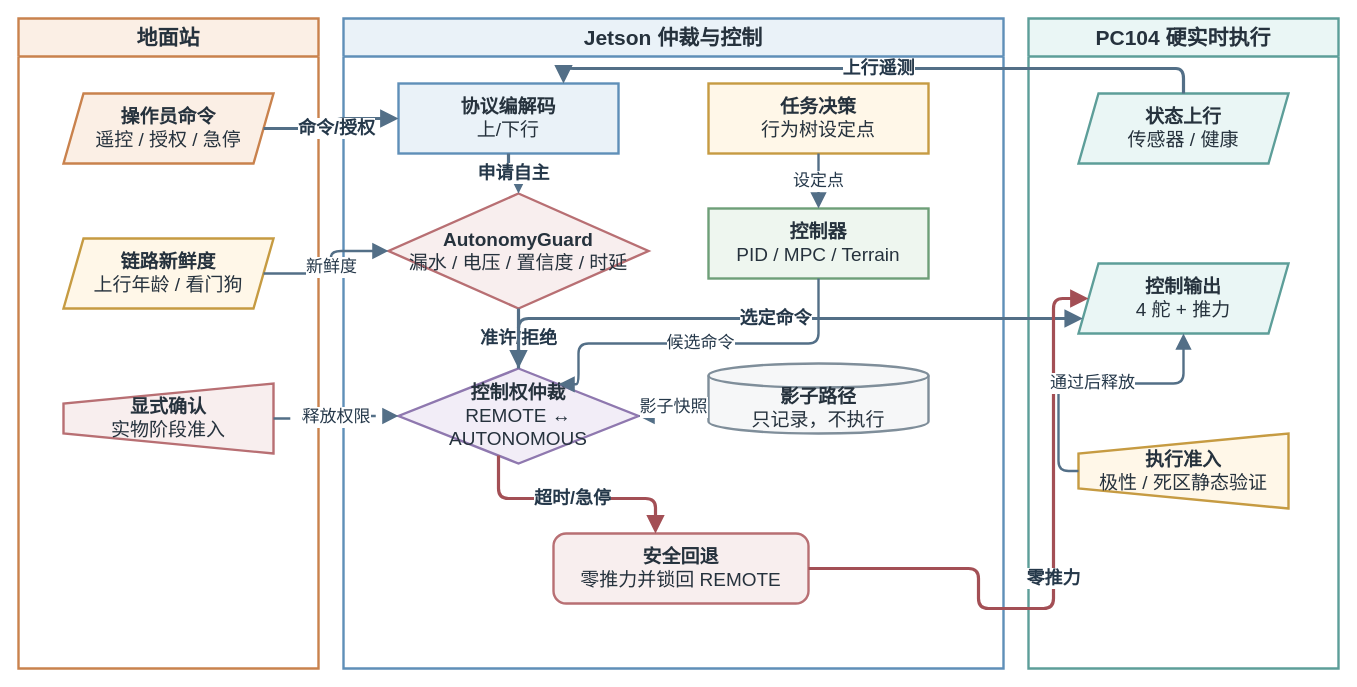
360ZMEM/AUV-Master-Mag keeps this draw.io diagram as thesis/figures/architecture/auv_safety_arbiter_deployment.drawio. Above is the earlier version. Source tidied: cells renumbered, new cells numbered last; positions are measured from the earlier drawing's top-left corner, leaving out a move shared by most shapes. Both pictures are drawn from the tidied source at 100%, with x=0, y=0 at pixel (18, 18).
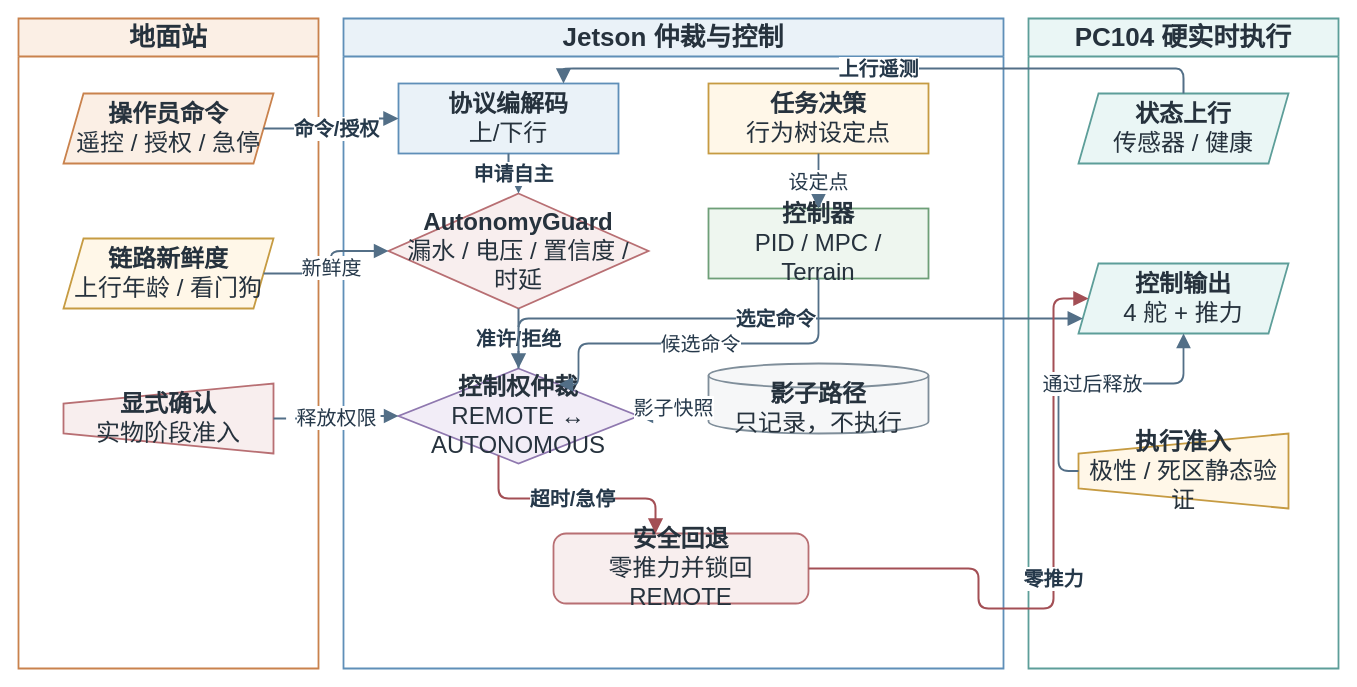
Above is the later version.

Diff of the diagram source:
```diff
@@
-    <mxCell id="2" value="地面站" style="swimlane;whiteSpace=wrap;html=1;startSize=38;rounded=0;fillColor=#FBEFE5;strokeColor=#C9824D;strokeWidth=2.4;fontFamily=Songti SC;fontSize=21;fontStyle=1;fontColor=#26323D;" parent="1" vertex="1">
+    <mxCell id="2" value="地面站" style="swimlane;whiteSpace=wrap;html=1;startSize=38;rounded=0;fillColor=#FBEFE5;strokeColor=#C9824D;strokeWidth=1.8;fontFamily=Songti SC;fontSize=26;fontStyle=1;fontColor=#26323D;" parent="1" vertex="1">
       <mxGeometry width="300" height="650" as="geometry" />
     </mxCell>
-    <mxCell id="3" value="Jetson 仲裁与控制" style="swimlane;whiteSpace=wrap;html=1;startSize=38;rounded=0;fillColor=#EAF2F8;strokeColor=#5F8FB8;strokeWidth=2.4;fontFamily=Songti SC;fontSize=21;fontStyle=1;fontColor=#26323D;" parent="1" vertex="1">
+    <mxCell id="3" value="Jetson 仲裁与控制" style="swimlane;whiteSpace=wrap;html=1;startSize=38;rounded=0;fillColor=#EAF2F8;strokeColor=#5F8FB8;strokeWidth=1.8;fontFamily=Songti SC;fontSize=26;fontStyle=1;fontColor=#26323D;" parent="1" vertex="1">
       <mxGeometry x="325" width="660" height="650" as="geometry" />
     </mxCell>
-    <mxCell id="4" value="PC104 硬实时执行" style="swimlane;whiteSpace=wrap;html=1;startSize=38;rounded=0;fillColor=#EAF6F5;strokeColor=#5D9E99;strokeWidth=2.4;fontFamily=Songti SC;fontSize=21;fontStyle=1;fontColor=#26323D;" parent="1" vertex="1">
+    <mxCell id="4" value="PC104 硬实时执行" style="swimlane;whiteSpace=wrap;html=1;startSize=38;rounded=0;fillColor=#EAF6F5;strokeColor=#5D9E99;strokeWidth=1.8;fontFamily=Songti SC;fontSize=26;fontStyle=1;fontColor=#26323D;" parent="1" vertex="1">
       <mxGeometry x="1010" width="310" height="650" as="geometry" />
     </mxCell>
-    <mxCell id="5" value="&lt;b&gt;操作员命令&lt;/b&gt;&lt;br&gt;遥控 / 授权 / 急停" style="shape=parallelogram;perimeter=parallelogramPerimeter;fixedSize=1;whiteSpace=wrap;html=1;align=center;verticalAlign=middle;fillColor=#FBEFE5;strokeColor=#C9824D;strokeWidth=2.4;spacing=8;fontFamily=Songti SC;fontSize=19;fontColor=#26323D;" parent="2" vertex="1">
+    <mxCell id="5" value="&lt;b&gt;操作员命令&lt;/b&gt;&lt;br&gt;遥控 / 授权 / 急停" style="shape=parallelogram;perimeter=parallelogramPerimeter;fixedSize=1;whiteSpace=wrap;html=1;align=center;verticalAlign=middle;fillColor=#FBEFE5;strokeColor=#C9824D;strokeWidth=1.8;spacing=8;fontFamily=Songti SC;fontSize=24;fontColor=#26323D;" parent="2" vertex="1">
       <mxGeometry x="45" y="75" width="210" height="70" as="geometry" />
     </mxCell>
-    <mxCell id="6" value="&lt;b&gt;链路新鲜度&lt;/b&gt;&lt;br&gt;上行年龄 / 看门狗" style="shape=parallelogram;perimeter=parallelogramPerimeter;fixedSize=1;whiteSpace=wrap;html=1;align=center;verticalAlign=middle;fillColor=#FFF7E8;strokeColor=#C69B42;strokeWidth=2.4;spacing=8;fontFamily=Songti SC;fontSize=19;fontColor=#26323D;" parent="2" vertex="1">
+    <mxCell id="6" value="&lt;b&gt;链路新鲜度&lt;/b&gt;&lt;br&gt;上行年龄 / 看门狗" style="shape=parallelogram;perimeter=parallelogramPerimeter;fixedSize=1;whiteSpace=wrap;html=1;align=center;verticalAlign=middle;fillColor=#FFF7E8;strokeColor=#C69B42;strokeWidth=1.8;spacing=8;fontFamily=Songti SC;fontSize=24;fontColor=#26323D;" parent="2" vertex="1">
       <mxGeometry x="45" y="220" width="210" height="70" as="geometry" />
     </mxCell>
-    <mxCell id="7" value="&lt;b&gt;显式确认&lt;/b&gt;&lt;br&gt;实物阶段准入" style="shape=trapezoid;perimeter=trapezoidPerimeter;fixedSize=1;direction=north;whiteSpace=wrap;html=1;align=center;verticalAlign=middle;fillColor=#F8EEEE;strokeColor=#B86F73;strokeWidth=2.4;spacing=8;fontFamily=Songti SC;fontSize=19;fontColor=#26323D;" parent="2" vertex="1">
+    <mxCell id="7" value="&lt;b&gt;显式确认&lt;/b&gt;&lt;br&gt;实物阶段准入" style="shape=trapezoid;perimeter=trapezoidPerimeter;fixedSize=1;direction=north;whiteSpace=wrap;html=1;align=center;verticalAlign=middle;fillColor=#F8EEEE;strokeColor=#B86F73;strokeWidth=1.8;spacing=8;fontFamily=Songti SC;fontSize=24;fontColor=#26323D;" parent="2" vertex="1">
       <mxGeometry x="45" y="365" width="210" height="70" as="geometry" />
     </mxCell>
-    <mxCell id="8" value="&lt;b&gt;协议编解码&lt;/b&gt;&lt;br&gt;上/下行" style="rounded=0;whiteSpace=wrap;html=1;align=center;verticalAlign=middle;fillColor=#EAF2F8;strokeColor=#5F8FB8;strokeWidth=2.4;spacing=8;fontFamily=Songti SC;fontSize=19;fontColor=#26323D;" parent="3" vertex="1">
+    <mxCell id="8" value="&lt;b&gt;协议编解码&lt;/b&gt;&lt;br&gt;上/下行" style="rounded=0;whiteSpace=wrap;html=1;align=center;verticalAlign=middle;fillColor=#EAF2F8;strokeColor=#5F8FB8;strokeWidth=1.8;spacing=8;fontFamily=Songti SC;fontSize=24;fontColor=#26323D;" parent="3" vertex="1">
       <mxGeometry x="55" y="65" width="220" height="70" as="geometry" />
     </mxCell>
-    <mxCell id="9" value="&lt;b&gt;AutonomyGuard&lt;/b&gt;&lt;br&gt;漏水 / 电压 / 置信度 / 时延" style="rhombus;whiteSpace=wrap;html=1;align=center;verticalAlign=middle;fillColor=#F8EEEE;strokeColor=#B86F73;strokeWidth=2.4;spacing=8;fontFamily=Songti SC;fontSize=19;fontColor=#26323D;" parent="3" vertex="1">
+    <mxCell id="9" value="&lt;b&gt;AutonomyGuard&lt;/b&gt;&lt;br&gt;漏水 / 电压 / 置信度 / 时延" style="rhombus;whiteSpace=wrap;html=1;align=center;verticalAlign=middle;fillColor=#F8EEEE;strokeColor=#B86F73;strokeWidth=1.8;spacing=8;fontFamily=Songti SC;fontSize=24;fontColor=#26323D;" parent="3" vertex="1">
       <mxGeometry x="45" y="175" width="260" height="115" as="geometry" />
     </mxCell>
-    <mxCell id="10" value="&lt;b&gt;控制权仲裁&lt;/b&gt;&lt;br&gt;REMOTE ↔ AUTONOMOUS" style="rhombus;whiteSpace=wrap;html=1;align=center;verticalAlign=middle;fillColor=#F2EDF7;strokeColor=#8F78AF;strokeWidth=2.4;spacing=8;fontFamily=Songti SC;fontSize=19;fontColor=#26323D;" parent="3" vertex="1">
+    <mxCell id="10" value="&lt;b&gt;控制权仲裁&lt;/b&gt;&lt;br&gt;REMOTE ↔ AUTONOMOUS" style="rhombus;whiteSpace=wrap;html=1;align=center;verticalAlign=middle;fillColor=#F2EDF7;strokeColor=#8F78AF;strokeWidth=1.8;spacing=8;fontFamily=Songti SC;fontSize=24;fontColor=#26323D;" parent="3" vertex="1">
       <mxGeometry x="55" y="350" width="240" height="95" as="geometry" />
     </mxCell>
-    <mxCell id="11" value="&lt;b&gt;任务决策&lt;/b&gt;&lt;br&gt;行为树设定点" style="rounded=0;whiteSpace=wrap;html=1;align=center;verticalAlign=middle;fillColor=#FFF7E8;strokeColor=#C69B42;strokeWidth=2.4;spacing=8;fontFamily=Songti SC;fontSize=19;fontColor=#26323D;" parent="3" vertex="1">
+    <mxCell id="11" value="&lt;b&gt;任务决策&lt;/b&gt;&lt;br&gt;行为树设定点" style="rounded=0;whiteSpace=wrap;html=1;align=center;verticalAlign=middle;fillColor=#FFF7E8;strokeColor=#C69B42;strokeWidth=1.8;spacing=8;fontFamily=Songti SC;fontSize=24;fontColor=#26323D;" parent="3" vertex="1">
       <mxGeometry x="365" y="65" width="220" height="70" as="geometry" />
     </mxCell>
-    <mxCell id="12" value="&lt;b&gt;控制器&lt;/b&gt;&lt;br&gt;PID / MPC / Terrain" style="rounded=0;whiteSpace=wrap;html=1;align=center;verticalAlign=middle;fillColor=#EEF6EF;strokeColor=#6E9F78;strokeWidth=2.4;spacing=8;fontFamily=Songti SC;fontSize=19;fontColor=#26323D;" parent="3" vertex="1">
+    <mxCell id="12" value="&lt;b&gt;控制器&lt;/b&gt;&lt;br&gt;PID / MPC / Terrain" style="rounded=0;whiteSpace=wrap;html=1;align=center;verticalAlign=middle;fillColor=#EEF6EF;strokeColor=#6E9F78;strokeWidth=1.8;spacing=8;fontFamily=Songti SC;fontSize=24;fontColor=#26323D;" parent="3" vertex="1">
       <mxGeometry x="365" y="190" width="220" height="70" as="geometry" />
     </mxCell>
-    <mxCell id="13" value="&lt;b&gt;影子路径&lt;/b&gt;&lt;br&gt;只记录，不执行" style="shape=cylinder3;boundedLbl=1;backgroundOutline=1;size=12;whiteSpace=wrap;html=1;align=center;verticalAlign=middle;fillColor=#F6F7F8;strokeColor=#7F8E9A;strokeWidth=2.4;spacing=8;fontFamily=Songti SC;fontSize=19;fontColor=#26323D;" parent="3" vertex="1">
+    <mxCell id="13" value="&lt;b&gt;影子路径&lt;/b&gt;&lt;br&gt;只记录，不执行" style="shape=cylinder3;boundedLbl=1;backgroundOutline=1;size=12;whiteSpace=wrap;html=1;align=center;verticalAlign=middle;fillColor=#F6F7F8;strokeColor=#7F8E9A;strokeWidth=1.8;spacing=8;fontFamily=Songti SC;fontSize=24;fontColor=#26323D;" parent="3" vertex="1">
       <mxGeometry x="365" y="345" width="220" height="70" as="geometry" />
     </mxCell>
-    <mxCell id="14" value="&lt;b&gt;安全回退&lt;/b&gt;&lt;br&gt;零推力并锁回 REMOTE" style="rounded=1;arcSize=18;whiteSpace=wrap;html=1;align=center;verticalAlign=middle;fillColor=#F8EEEE;strokeColor=#B86F73;strokeWidth=2.4;spacing=8;fontFamily=Songti SC;fontSize=19;fontColor=#26323D;" parent="3" vertex="1">
+    <mxCell id="14" value="&lt;b&gt;安全回退&lt;/b&gt;&lt;br&gt;零推力并锁回 REMOTE" style="rounded=1;arcSize=18;whiteSpace=wrap;html=1;align=center;verticalAlign=middle;fillColor=#F8EEEE;strokeColor=#B86F73;strokeWidth=1.8;spacing=8;fontFamily=Songti SC;fontSize=24;fontColor=#26323D;" parent="3" vertex="1">
       <mxGeometry x="210" y="515" width="255" height="70" as="geometry" />
     </mxCell>
-    <mxCell id="15" value="&lt;b&gt;状态上行&lt;/b&gt;&lt;br&gt;传感器 / 健康" style="shape=parallelogram;perimeter=parallelogramPerimeter;fixedSize=1;whiteSpace=wrap;html=1;align=center;verticalAlign=middle;fillColor=#EAF6F5;strokeColor=#5D9E99;strokeWidth=2.4;spacing=8;fontFamily=Songti SC;fontSize=19;fontColor=#26323D;" parent="4" vertex="1">
+    <mxCell id="15" value="&lt;b&gt;状态上行&lt;/b&gt;&lt;br&gt;传感器 / 健康" style="shape=parallelogram;perimeter=parallelogramPerimeter;fixedSize=1;whiteSpace=wrap;html=1;align=center;verticalAlign=middle;fillColor=#EAF6F5;strokeColor=#5D9E99;strokeWidth=1.8;spacing=8;fontFamily=Songti SC;fontSize=24;fontColor=#26323D;" parent="4" vertex="1">
       <mxGeometry x="50" y="75" width="210" height="70" as="geometry" />
     </mxCell>
-    <mxCell id="16" value="&lt;b&gt;控制输出&lt;/b&gt;&lt;br&gt;4 舵 + 推力" style="shape=parallelogram;perimeter=parallelogramPerimeter;fixedSize=1;whiteSpace=wrap;html=1;align=center;verticalAlign=middle;fillColor=#EAF6F5;strokeColor=#5D9E99;strokeWidth=2.4;spacing=8;fontFamily=Songti SC;fontSize=19;fontColor=#26323D;" parent="4" vertex="1">
+    <mxCell id="16" value="&lt;b&gt;控制输出&lt;/b&gt;&lt;br&gt;4 舵 + 推力" style="shape=parallelogram;perimeter=parallelogramPerimeter;fixedSize=1;whiteSpace=wrap;html=1;align=center;verticalAlign=middle;fillColor=#EAF6F5;strokeColor=#5D9E99;strokeWidth=1.8;spacing=8;fontFamily=Songti SC;fontSize=24;fontColor=#26323D;" parent="4" vertex="1">
       <mxGeometry x="50" y="245" width="210" height="70" as="geometry" />
     </mxCell>
-    <mxCell id="17" value="&lt;b&gt;执行准入&lt;/b&gt;&lt;br&gt;极性 / 死区静态验证" style="shape=trapezoid;perimeter=trapezoidPerimeter;fixedSize=1;direction=north;whiteSpace=wrap;html=1;align=center;verticalAlign=middle;fillColor=#FFF7E8;strokeColor=#C69B42;strokeWidth=2.4;spacing=8;fontFamily=Songti SC;fontSize=19;fontColor=#26323D;" parent="4" vertex="1">
+    <mxCell id="17" value="&lt;b&gt;执行准入&lt;/b&gt;&lt;br&gt;极性 / 死区静态验证" style="shape=trapezoid;perimeter=trapezoidPerimeter;fixedSize=1;direction=north;whiteSpace=wrap;html=1;align=center;verticalAlign=middle;fillColor=#FFF7E8;strokeColor=#C69B42;strokeWidth=1.8;spacing=8;fontFamily=Songti SC;fontSize=24;fontColor=#26323D;" parent="4" vertex="1">
       <mxGeometry x="50" y="415" width="210" height="75" as="geometry" />
     </mxCell>
-    <mxCell id="18" value="命令/授权" style="edgeStyle=orthogonalEdgeStyle;rounded=1;jettySize=auto;html=1;strokeColor=#536F87;strokeWidth=3.2;fontFamily=Songti SC;fontSize=18;fontStyle=1;fontColor=#25384A;labelBackgroundColor=#FFFFFF;labelBorderColor=none;endArrow=block;endFill=1;endSize=10;exitX=1;entryX=0;" parent="1" edge="1" source="5" target="8">
+    <mxCell id="18" value="命令/授权" style="edgeStyle=orthogonalEdgeStyle;rounded=1;jettySize=auto;html=1;strokeColor=#536F87;strokeWidth=2.0;fontFamily=Songti SC;fontSize=20;fontStyle=1;fontColor=#25384A;labelBackgroundColor=#FFFFFF;labelBorderColor=none;endArrow=block;endFill=1;endSize=10;exitX=1;entryX=0;" parent="1" edge="1" source="5" target="8">
       <mxGeometry relative="1" as="geometry" />
     </mxCell>
-    <mxCell id="19" value="新鲜度" style="edgeStyle=orthogonalEdgeStyle;rounded=1;jettySize=auto;html=1;strokeColor=#536F87;strokeWidth=2.4;fontFamily=Songti SC;fontSize=17;fontColor=#25384A;labelBackgroundColor=#FFFFFF;labelBorderColor=none;endArrow=block;endFill=1;endSize=10;exitX=1;entryX=0;" parent="1" edge="1" source="6" target="9">
+    <mxCell id="19" value="新鲜度" style="edgeStyle=orthogonalEdgeStyle;rounded=1;jettySize=auto;html=1;strokeColor=#536F87;strokeWidth=1.8;fontFamily=Songti SC;fontSize=20;fontColor=#25384A;labelBackgroundColor=#FFFFFF;labelBorderColor=none;endArrow=block;endFill=1;endSize=10;exitX=1;entryX=0;" parent="1" edge="1" source="6" target="9">
       <mxGeometry relative="1" as="geometry" />
     </mxCell>
-    <mxCell id="20" value="释放权限" style="edgeStyle=orthogonalEdgeStyle;rounded=1;jettySize=auto;html=1;strokeColor=#536F87;strokeWidth=2.4;fontFamily=Songti SC;fontSize=17;fontColor=#25384A;labelBackgroundColor=#FFFFFF;labelBorderColor=none;endArrow=block;endFill=1;endSize=10;dashed=1;dashPattern=7 5;exitX=1;entryX=0;" parent="1" edge="1" source="7" target="10">
+    <mxCell id="20" value="释放权限" style="edgeStyle=orthogonalEdgeStyle;rounded=1;jettySize=auto;html=1;strokeColor=#536F87;strokeWidth=1.8;fontFamily=Songti SC;fontSize=20;fontColor=#25384A;labelBackgroundColor=#FFFFFF;labelBorderColor=none;endArrow=block;endFill=1;endSize=10;dashed=1;dashPattern=7 5;exitX=1;entryX=0;" parent="1" edge="1" source="7" target="10">
       <mxGeometry relative="1" as="geometry" />
     </mxCell>
-    <mxCell id="21" value="上行遥测" style="edgeStyle=orthogonalEdgeStyle;rounded=1;jettySize=auto;html=1;strokeColor=#536F87;strokeWidth=3.2;fontFamily=Songti SC;fontSize=18;fontStyle=1;fontColor=#25384A;labelBackgroundColor=#FFFFFF;labelBorderColor=none;endArrow=block;endFill=1;endSize=10;exitX=0.5;exitY=0;entryX=0.75;entryY=0;" parent="1" edge="1" source="15" target="8">
+    <mxCell id="21" value="上行遥测" style="edgeStyle=orthogonalEdgeStyle;rounded=1;jettySize=auto;html=1;strokeColor=#536F87;strokeWidth=2.0;fontFamily=Songti SC;fontSize=20;fontStyle=1;fontColor=#25384A;labelBackgroundColor=#FFFFFF;labelBorderColor=none;endArrow=block;endFill=1;endSize=10;exitX=0.5;exitY=0;entryX=0.75;entryY=0;" parent="1" edge="1" source="15" target="8">
       <mxGeometry relative="1" as="geometry">
         <Array as="points">
           <mxPoint x="1150" y="50" />
           <mxPoint x="490" y="50" />
         </Array>
       </mxGeometry>
     </mxCell>
-    <mxCell id="22" value="申请自主" style="edgeStyle=orthogonalEdgeStyle;rounded=1;jettySize=auto;html=1;strokeColor=#536F87;strokeWidth=3.2;fontFamily=Songti SC;fontSize=18;fontStyle=1;fontColor=#25384A;labelBackgroundColor=#FFFFFF;labelBorderColor=none;endArrow=block;endFill=1;endSize=10;exitX=0.5;exitY=1;entryX=0.5;entryY=0;" parent="1" edge="1" source="8" target="9">
+    <mxCell id="22" value="申请自主" style="edgeStyle=orthogonalEdgeStyle;rounded=1;jettySize=auto;html=1;strokeColor=#536F87;strokeWidth=2.0;fontFamily=Songti SC;fontSize=20;fontStyle=1;fontColor=#25384A;labelBackgroundColor=#FFFFFF;labelBorderColor=none;endArrow=block;endFill=1;endSize=10;exitX=0.5;exitY=1;entryX=0.5;entryY=0;" parent="1" edge="1" source="8" target="9">
       <mxGeometry relative="1" as="geometry" />
     </mxCell>
-    <mxCell id="23" value="准许/拒绝" style="edgeStyle=orthogonalEdgeStyle;rounded=1;jettySize=auto;html=1;strokeColor=#536F87;strokeWidth=3.2;fontFamily=Songti SC;fontSize=18;fontStyle=1;fontColor=#25384A;labelBackgroundColor=#FFFFFF;labelBorderColor=none;endArrow=block;endFill=1;endSize=10;exitX=0.5;exitY=1;entryX=0.5;entryY=0;" parent="1" edge="1" source="9" target="10">
+    <mxCell id="23" value="准许/拒绝" style="edgeStyle=orthogonalEdgeStyle;rounded=1;jettySize=auto;html=1;strokeColor=#536F87;strokeWidth=2.0;fontFamily=Songti SC;fontSize=20;fontStyle=1;fontColor=#25384A;labelBackgroundColor=#FFFFFF;labelBorderColor=none;endArrow=block;endFill=1;endSize=10;exitX=0.5;exitY=1;entryX=0.5;entryY=0;" parent="1" edge="1" source="9" target="10">
       <mxGeometry relative="1" as="geometry" />
     </mxCell>
-    <mxCell id="24" value="设定点" style="edgeStyle=orthogonalEdgeStyle;rounded=1;jettySize=auto;html=1;strokeColor=#536F87;strokeWidth=2.4;fontFamily=Songti SC;fontSize=17;fontColor=#25384A;labelBackgroundColor=#FFFFFF;labelBorderColor=none;endArrow=block;endFill=1;endSize=10;exitX=0.5;exitY=1;entryX=0.5;entryY=0;" parent="1" edge="1" source="11" target="12">
+    <mxCell id="24" value="设定点" style="edgeStyle=orthogonalEdgeStyle;rounded=1;jettySize=auto;html=1;strokeColor=#536F87;strokeWidth=1.8;fontFamily=Songti SC;fontSize=20;fontColor=#25384A;labelBackgroundColor=#FFFFFF;labelBorderColor=none;endArrow=block;endFill=1;endSize=10;exitX=0.5;exitY=1;entryX=0.5;entryY=0;" parent="1" edge="1" source="11" target="12">
       <mxGeometry relative="1" as="geometry" />
     </mxCell>
-    <mxCell id="25" value="候选命令" style="edgeStyle=orthogonalEdgeStyle;rounded=1;jettySize=auto;html=1;strokeColor=#536F87;strokeWidth=2.4;fontFamily=Songti SC;fontSize=17;fontColor=#25384A;labelBackgroundColor=#FFFFFF;labelBorderColor=none;endArrow=block;endFill=1;endSize=10;exitX=0.5;exitY=1;entryX=0.75;entryY=0;" parent="1" edge="1" source="12" target="10">
+    <mxCell id="25" value="候选命令" style="edgeStyle=orthogonalEdgeStyle;rounded=1;jettySize=auto;html=1;strokeColor=#536F87;strokeWidth=1.8;fontFamily=Songti SC;fontSize=20;fontColor=#25384A;labelBackgroundColor=#FFFFFF;labelBorderColor=none;endArrow=block;endFill=1;endSize=10;exitX=0.5;exitY=1;entryX=0.75;entryY=0;" parent="1" edge="1" source="12" target="10">
       <mxGeometry relative="1" as="geometry">
         <Array as="points">
           <mxPoint x="800" y="325" />
           <mxPoint x="560" y="325" />
         </Array>
       </mxGeometry>
     </mxCell>
-    <mxCell id="26" value="选定命令" style="edgeStyle=orthogonalEdgeStyle;rounded=1;jettySize=auto;html=1;strokeColor=#536F87;strokeWidth=3.2;fontFamily=Songti SC;fontSize=18;fontStyle=1;fontColor=#25384A;labelBackgroundColor=#FFFFFF;labelBorderColor=none;endArrow=block;endFill=1;endSize=10;exitX=1;entryX=0;" parent="1" edge="1" source="10" target="16">
+    <mxCell id="26" value="选定命令" style="edgeStyle=orthogonalEdgeStyle;rounded=1;jettySize=auto;html=1;strokeColor=#536F87;strokeWidth=2.0;fontFamily=Songti SC;fontSize=20;fontStyle=1;fontColor=#25384A;labelBackgroundColor=#FFFFFF;labelBorderColor=none;endArrow=block;endFill=1;endSize=10;exitX=1;entryX=0;" parent="1" edge="1" source="10" target="16">
       <mxGeometry relative="1" as="geometry">
         <Array as="points">
           <mxPoint x="650" y="300" />
           <mxPoint x="1035" y="300" />
         </Array>
       </mxGeometry>
     </mxCell>
-    <mxCell id="27" value="超时/急停" style="edgeStyle=orthogonalEdgeStyle;rounded=1;jettySize=auto;html=1;strokeColor=#A34F55;strokeWidth=3.2;fontFamily=Songti SC;fontSize=18;fontStyle=1;fontColor=#25384A;labelBackgroundColor=#FFFFFF;labelBorderColor=none;endArrow=block;endFill=1;endSize=10;exitX=0.4;exitY=1;entryX=0.4;entryY=0;" parent="1" edge="1" source="10" target="14">
+    <mxCell id="27" value="超时/急停" style="edgeStyle=orthogonalEdgeStyle;rounded=1;jettySize=auto;html=1;strokeColor=#A34F55;strokeWidth=2.0;fontFamily=Songti SC;fontSize=20;fontStyle=1;fontColor=#25384A;labelBackgroundColor=#FFFFFF;labelBorderColor=none;endArrow=block;endFill=1;endSize=10;exitX=0.4;exitY=1;entryX=0.4;entryY=0;" parent="1" edge="1" source="10" target="14">
       <mxGeometry relative="1" as="geometry" />
     </mxCell>
-    <mxCell id="28" value="零推力" style="edgeStyle=orthogonalEdgeStyle;rounded=1;jettySize=auto;html=1;strokeColor=#A34F55;strokeWidth=3.2;fontFamily=Songti SC;fontSize=18;fontStyle=1;fontColor=#25384A;labelBackgroundColor=#FFFFFF;labelBorderColor=none;endArrow=block;endFill=1;endSize=10;exitX=1;entryX=0;entryY=0.5;" parent="1" edge="1" source="14" target="16">
+    <mxCell id="28" value="零推力" style="edgeStyle=orthogonalEdgeStyle;rounded=1;jettySize=auto;html=1;strokeColor=#A34F55;strokeWidth=2.0;fontFamily=Songti SC;fontSize=20;fontStyle=1;fontColor=#25384A;labelBackgroundColor=#FFFFFF;labelBorderColor=none;endArrow=block;endFill=1;endSize=10;exitX=1;entryX=0;entryY=0.5;" parent="1" edge="1" source="14" target="16">
       <mxGeometry relative="1" as="geometry">
         <Array as="points">
           <mxPoint x="960" y="590" />
           <mxPoint x="1035" y="590" />
           <mxPoint x="1035" y="280" />
         </Array>
       </mxGeometry>
     </mxCell>
-    <mxCell id="29" value="影子快照" style="edgeStyle=orthogonalEdgeStyle;rounded=1;jettySize=auto;html=1;strokeColor=#536F87;strokeWidth=2.4;fontFamily=Songti SC;fontSize=17;fontColor=#25384A;labelBackgroundColor=#FFFFFF;labelBorderColor=none;endArrow=block;endFill=1;endSize=10;dashed=1;dashPattern=7 5;exitX=0;entryX=1;" parent="1" edge="1" source="13" target="10">
+    <mxCell id="29" value="影子快照" style="edgeStyle=orthogonalEdgeStyle;rounded=1;jettySize=auto;html=1;strokeColor=#536F87;strokeWidth=1.8;fontFamily=Songti SC;fontSize=20;fontColor=#25384A;labelBackgroundColor=#FFFFFF;labelBorderColor=none;endArrow=block;endFill=1;endSize=10;dashed=1;dashPattern=7 5;exitX=0;entryX=1;" parent="1" edge="1" source="13" target="10">
       <mxGeometry relative="1" as="geometry" />
     </mxCell>
-    <mxCell id="30" value="通过后释放" style="edgeStyle=orthogonalEdgeStyle;rounded=1;jettySize=auto;html=1;strokeColor=#536F87;strokeWidth=2.4;fontFamily=Songti SC;fontSize=17;fontColor=#25384A;labelBackgroundColor=#FFFFFF;labelBorderColor=none;endArrow=block;endFill=1;endSize=10;exitX=0.5;exitY=0;entryX=0.5;entryY=1;" parent="1" edge="1" source="17" target="16">
+    <mxCell id="30" value="通过后释放" style="edgeStyle=orthogonalEdgeStyle;rounded=1;jettySize=auto;html=1;strokeColor=#536F87;strokeWidth=1.8;fontFamily=Songti SC;fontSize=20;fontColor=#25384A;labelBackgroundColor=#FFFFFF;labelBorderColor=none;endArrow=block;endFill=1;endSize=10;exitX=0.5;exitY=0;entryX=0.5;entryY=1;" parent="1" edge="1" source="17" target="16">
       <mxGeometry relative="1" as="geometry" />
     </mxCell>
```
